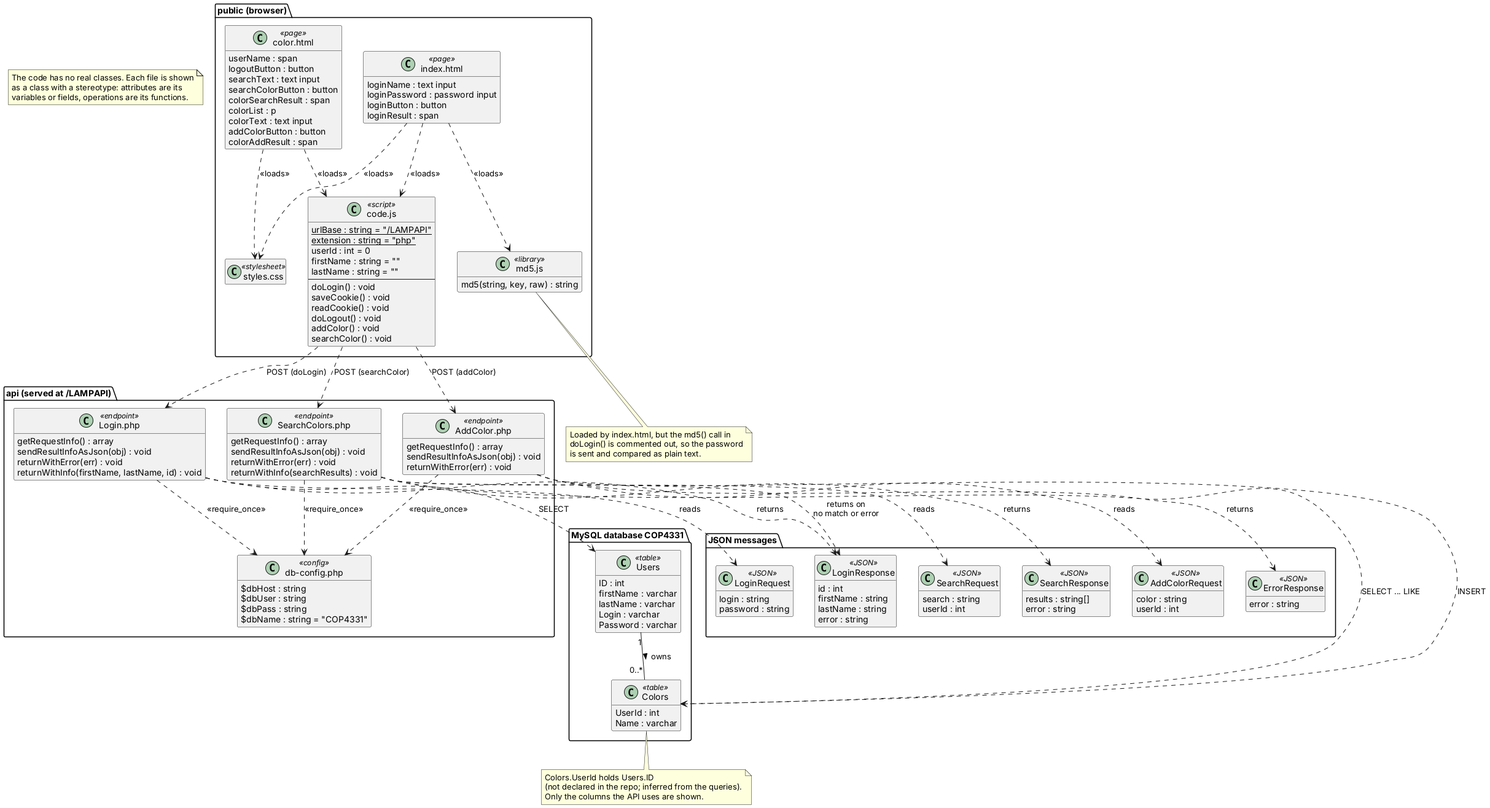
This is docs/uml/class.png from acsahl/colors-lab, a PlantUML export, as it was before one commit.
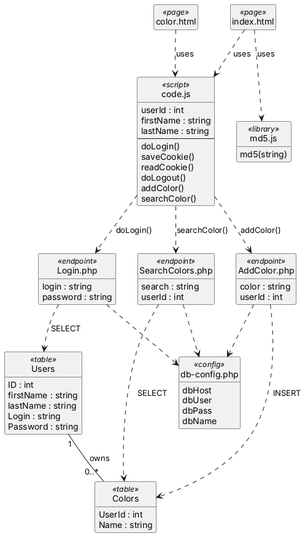
After the change.

What changed in the source:
```diff
@@ -2,164 +2,75 @@
 skinparam shadowing false
 skinparam classAttributeIconSize 0
 hide empty members
+hide circle
 
-package "public (browser)" {
-  class "index.html" as IndexPage <<page>> {
-    loginName : text input
-    loginPassword : password input
-    loginButton : button
-    loginResult : span
-  }
+class "index.html" as Index <<page>>
+class "color.html" as Color <<page>>
 
-  class "color.html" as ColorPage <<page>> {
-    userName : span
-    logoutButton : button
-    searchText : text input
-    searchColorButton : button
-    colorSearchResult : span
-    colorList : p
-    colorText : text input
-    addColorButton : button
-    colorAddResult : span
-  }
-
-  class "code.js" as CodeJS <<script>> {
-    {static} urlBase : string = "/LAMPAPI"
-    {static} extension : string = "php"
-    userId : int = 0
-    firstName : string = ""
-    lastName : string = ""
-    --
-    doLogin() : void
-    saveCookie() : void
-    readCookie() : void
-    doLogout() : void
-    addColor() : void
-    searchColor() : void
-  }
-
-  class "md5.js" as MD5 <<library>> {
-    md5(string, key, raw) : string
-  }
-
-  class "styles.css" as CSS <<stylesheet>>
+class "code.js" as Code <<script>> {
+  userId : int
+  firstName : string
+  lastName : string
+  --
+  doLogin()
+  saveCookie()
+  readCookie()
+  doLogout()
+  addColor()
+  searchColor()
 }
 
-package "api (served at /LAMPAPI)" {
-  class "Login.php" as LoginPHP <<endpoint>> {
-    getRequestInfo() : array
-    sendResultInfoAsJson(obj) : void
-    returnWithError(err) : void
-    returnWithInfo(firstName, lastName, id) : void
-  }
-
-  class "SearchColors.php" as SearchPHP <<endpoint>> {
-    getRequestInfo() : array
-    sendResultInfoAsJson(obj) : void
-    returnWithError(err) : void
-    returnWithInfo(searchResults) : void
-  }
-
-  class "AddColor.php" as AddPHP <<endpoint>> {
-    getRequestInfo() : array
-    sendResultInfoAsJson(obj) : void
-    returnWithError(err) : void
-  }
-
-  class "db-config.php" as DbConfig <<config>> {
-    $dbHost : string
-    $dbUser : string
-    $dbPass : string
-    $dbName : string = "COP4331"
-  }
+class "md5.js" as MD5 <<library>> {
+  md5(string)
 }
 
-package "MySQL database COP4331" {
-  class Users <<table>> {
-    ID : int
-    firstName : varchar
-    lastName : varchar
-    Login : varchar
-    Password : varchar
-  }
-
-  class Colors <<table>> {
-    UserId : int
-    Name : varchar
-  }
+class "Login.php" as LoginPHP <<endpoint>> {
+  login : string
+  password : string
+}
+class "SearchColors.php" as SearchPHP <<endpoint>> {
+  search : string
+  userId : int
+}
+class "AddColor.php" as AddPHP <<endpoint>> {
+  color : string
+  userId : int
 }
 
-package "JSON messages" {
-  class LoginRequest <<JSON>> {
-    login : string
-    password : string
-  }
-  class LoginResponse <<JSON>> {
-    id : int
-    firstName : string
-    lastName : string
-    error : string
-  }
-  class SearchRequest <<JSON>> {
-    search : string
-    userId : int
-  }
-  class SearchResponse <<JSON>> {
-    results : string[]
-    error : string
-  }
-  class AddColorRequest <<JSON>> {
-    color : string
-    userId : int
-  }
-  class ErrorResponse <<JSON>> {
-    error : string
-  }
+class "db-config.php" as Config <<config>> {
+  dbHost
+  dbUser
+  dbPass
+  dbName
 }
 
-IndexPage ..> CodeJS : <<loads>>
-IndexPage ..> MD5 : <<loads>>
-IndexPage ..> CSS : <<loads>>
-ColorPage ..> CodeJS : <<loads>>
-ColorPage ..> CSS : <<loads>>
+class Users <<table>> {
+  ID : int
+  firstName : string
+  lastName : string
+  Login : string
+  Password : string
+}
+class Colors <<table>> {
+  UserId : int
+  Name : string
+}
 
-CodeJS ..> LoginPHP : POST (doLogin)
-CodeJS ..> SearchPHP : POST (searchColor)
-CodeJS ..> AddPHP : POST (addColor)
+Index ..> Code : uses
+Index ..> MD5 : uses
+Color ..> Code : uses
 
-LoginPHP ..> DbConfig : <<require_once>>
-SearchPHP ..> DbConfig : <<require_once>>
-AddPHP ..> DbConfig : <<require_once>>
+Code ..> LoginPHP : doLogin()
+Code ..> SearchPHP : searchColor()
+Code ..> AddPHP : addColor()
+
+LoginPHP ..> Config
+SearchPHP ..> Config
+AddPHP ..> Config
 
 LoginPHP ..> Users : SELECT
-SearchPHP ..> Colors : SELECT ... LIKE
+SearchPHP ..> Colors : SELECT
 AddPHP ..> Colors : INSERT
 
-Users "1" -- "0..*" Colors : owns >
-
-LoginPHP ..> LoginRequest : reads
-LoginPHP ..> LoginResponse : returns
-SearchPHP ..> SearchRequest : reads
-SearchPHP ..> SearchResponse : returns
-SearchPHP ..> LoginResponse : returns on\nno match or error
-AddPHP ..> AddColorRequest : reads
-AddPHP ..> ErrorResponse : returns
-
-note as Legend
-  The code has no real classes. Each file is shown
-  as a class with a stereotype: attributes are its
-  variables or fields, operations are its functions.
-end note
-
-note bottom of MD5
-  Loaded by index.html, but the md5() call in
-  doLogin() is commented out, so the password
-  is sent and compared as plain text.
-end note
-
-note bottom of Colors
-  Colors.UserId holds Users.ID
-  (not declared in the repo; inferred from the queries).
-  Only the columns the API uses are shown.
-end note
+Users "1" -- "0..*" Colors : owns
 @enduml
```
